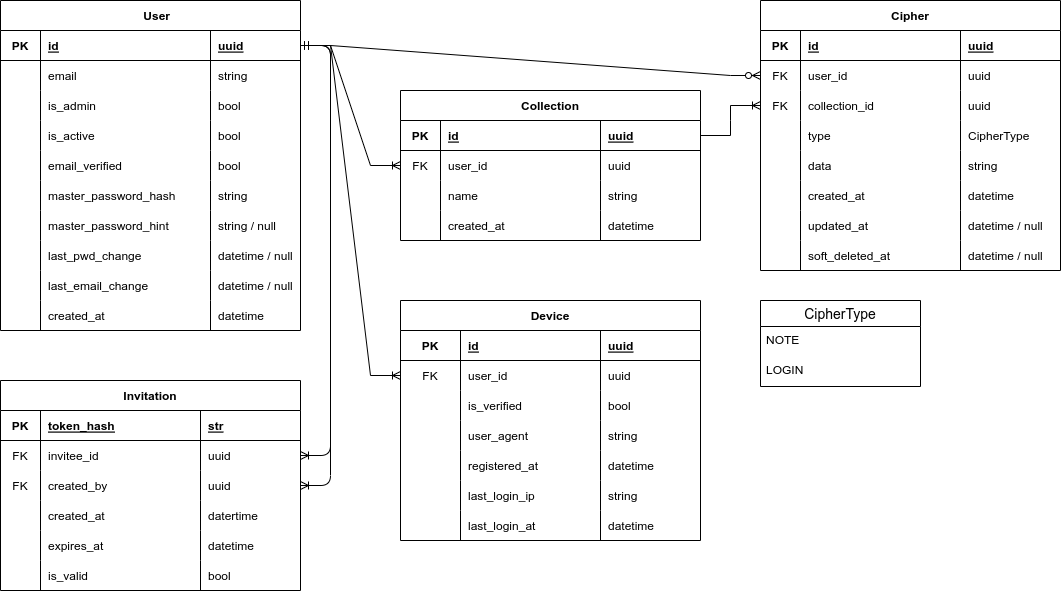
Vaultexe/diagrams keeps this draw.io diagram as rdm.drawio.png. Above is the earlier version. Source tidied: cells renumbered, new cells last; positions are measured from the earlier drawing's top-left corner, leaving out a move shared by most shapes.
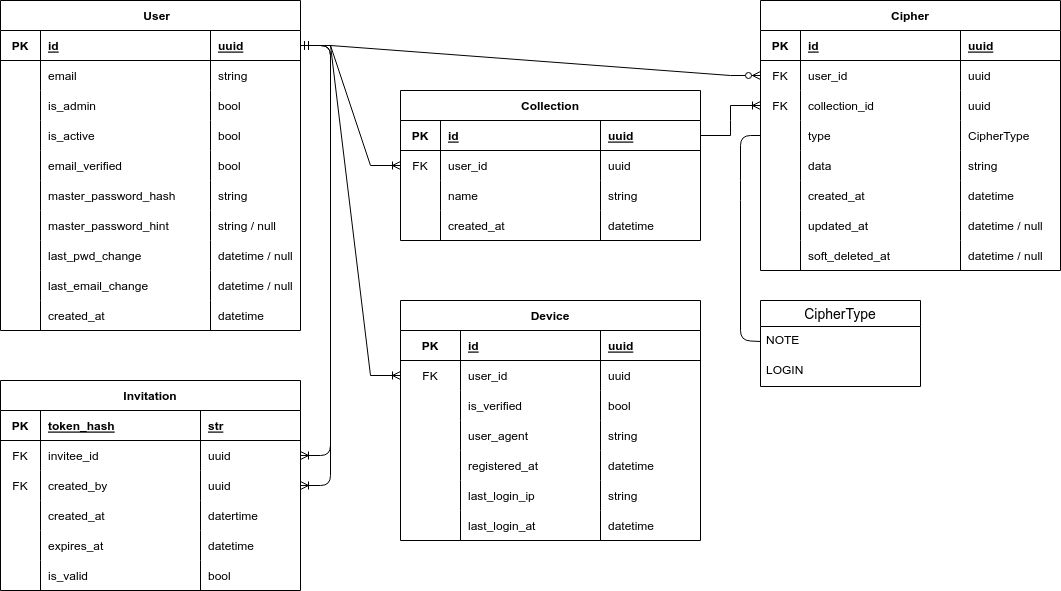
Later version of the same file.

What changed in the source:
```diff
@@ -464,5 +464,14 @@
     <mxCell id="155" style="edgeStyle=entityRelationEdgeStyle;fontSize=12;html=1;endArrow=ERoneToMany;startArrow=ERmandOne;exitX=1;exitY=0.5;exitDx=0;exitDy=0;entryX=1;entryY=0.5;entryDx=0;entryDy=0;" parent="1" edge="1" source="3" target="138">
       <mxGeometry relative="1" as="geometry" />
     </mxCell>
+    <mxCell id="156" style="endArrow=none;html=1;entryX=0;entryY=0.5;entryDx=0;entryDy=0;exitX=0;exitY=0.5;exitDx=0;exitDy=0;" parent="1" edge="1" source="56" target="127">
+      <mxGeometry relative="1" as="geometry">
+        <Array as="points">
+          <mxPoint x="740" y="135" />
+          <mxPoint x="740" y="190" />
+          <mxPoint x="740" y="340" />
+        </Array>
+      </mxGeometry>
+    </mxCell>
   </root>
 </mxGraphModel>
```
